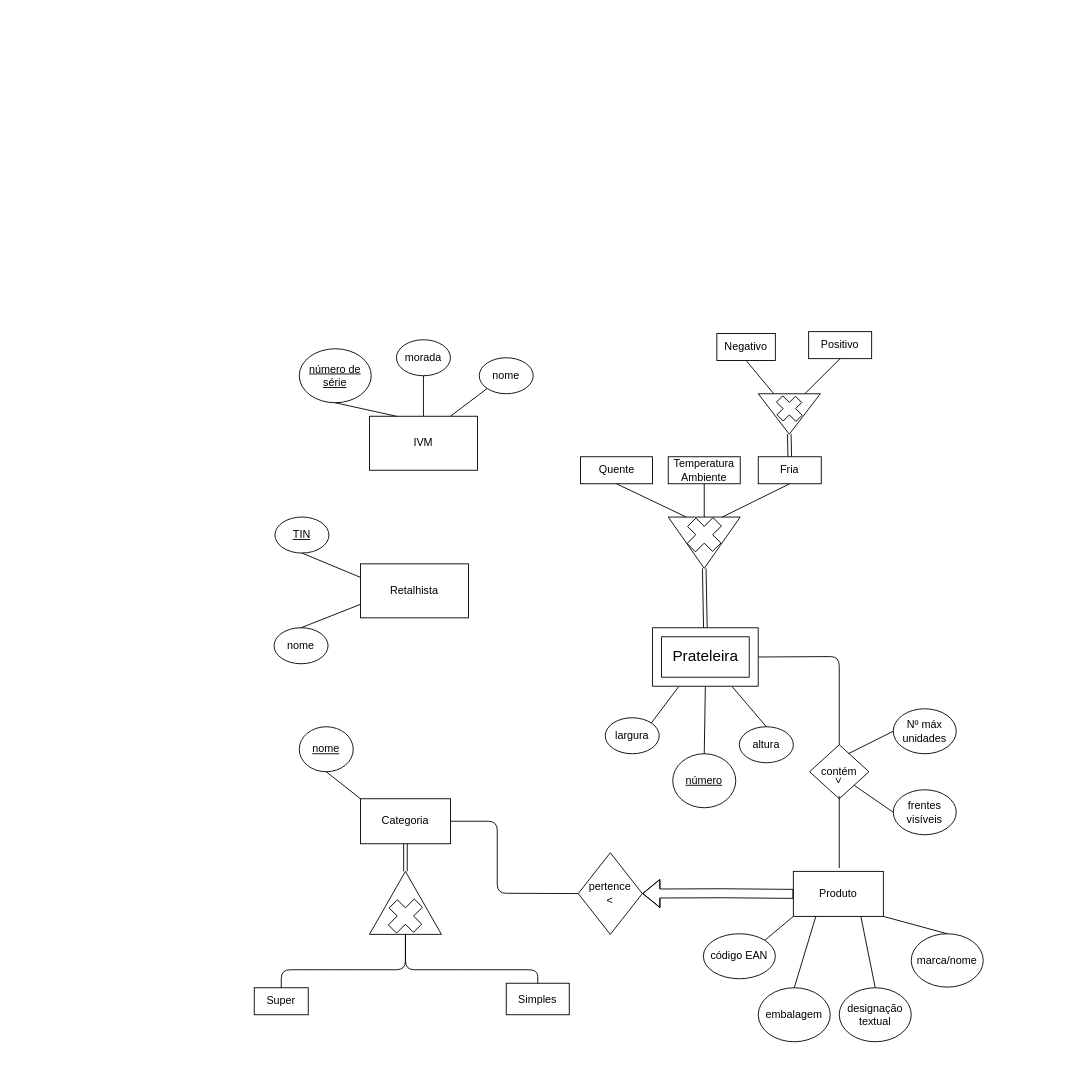
Earlier version of the draw.io diagram Parte1/Projeto1.drawio (CaGonJo/BD_Project). Source tidied: cells renumbered, new cells numbered last; positions are measured from the earlier drawing's top-left corner, leaving out a move shared by most shapes. Both pictures are drawn from the tidied source at 90%, with x=0, y=0 at pixel (254, 331).
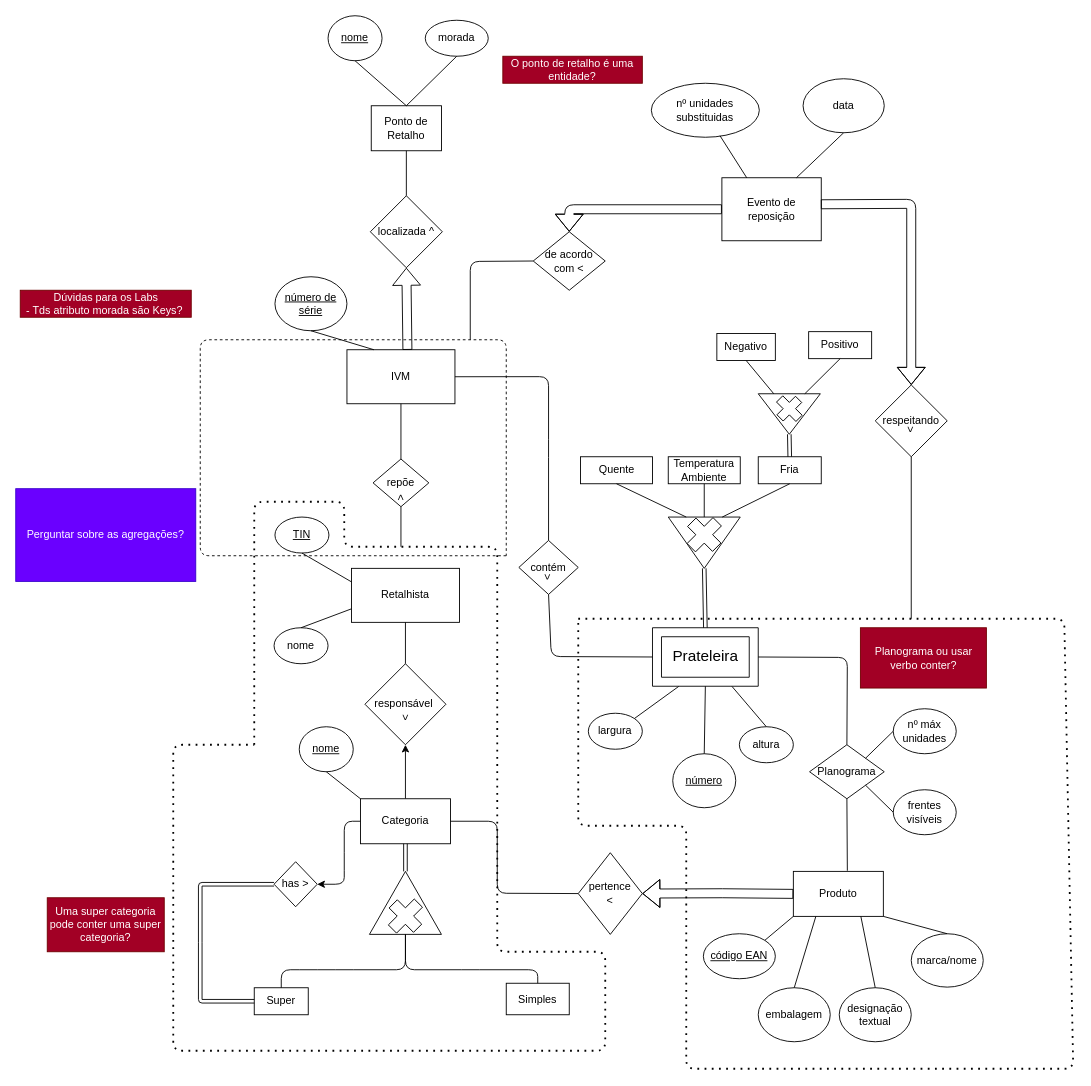
After the change.

The change refers to these unchanged cells:
```xml
<mxCell id="9" value="Categoria" style="rounded=0;whiteSpace=wrap;html=1;" parent="1" vertex="1">
  <mxGeometry x="118" y="519" width="100" height="50" as="geometry" />
</mxCell>
<mxCell id="13" value="Super" style="rounded=0;whiteSpace=wrap;html=1;" parent="1" vertex="1">
  <mxGeometry y="729" width="60" height="30" as="geometry" />
</mxCell>
<mxCell id="25" value="&lt;font style=&quot;font-size: 17px&quot;&gt;Prateleira&lt;/font&gt;" style="verticalLabelPosition=middle;verticalAlign=middle;html=1;shape=mxgraph.basic.frame;dx=10;fontFamily=Helvetica;labelPosition=center;align=center;" parent="1" vertex="1">
  <mxGeometry x="442.5" y="329" width="117.5" height="65" as="geometry" />
</mxCell>
```

The edit, as a diff of the source:
```diff
@@
     <mxCell id="2" value="IVM" style="rounded=0;whiteSpace=wrap;html=1;" parent="1" vertex="1">
-      <mxGeometry x="128" y="94" width="120" height="60" as="geometry" />
+      <mxGeometry x="103" y="20.1" width="120" height="60" as="geometry" />
     </mxCell>
     <mxCell id="3" value="&lt;u&gt;número de série&lt;/u&gt;" style="ellipse;whiteSpace=wrap;html=1;" parent="1" vertex="1">
-      <mxGeometry x="50" y="19" width="80" height="60" as="geometry" />
+      <mxGeometry x="23" y="-61" width="80" height="60" as="geometry" />
     </mxCell>
-    <mxCell id="4" value="nome" style="ellipse;whiteSpace=wrap;html=1;" parent="1" vertex="1">
-      <mxGeometry x="250" y="29" width="60" height="40" as="geometry" />
-    </mxCell>
-    <mxCell id="5" value="morada" style="ellipse;whiteSpace=wrap;html=1;" parent="1" vertex="1">
-      <mxGeometry x="158" y="9" width="60" height="40" as="geometry" />
-    </mxCell>
@@
-    <mxCell id="7" style="endArrow=none;html=1;entryX=0.5;entryY=1;entryDx=0;entryDy=0;exitX=0.5;exitY=0;exitDx=0;exitDy=0;" parent="1" edge="1" source="2" target="5">
-      <mxGeometry relative="1" as="geometry" />
-    </mxCell>
-    <mxCell id="8" style="endArrow=none;html=1;entryX=0;entryY=1;entryDx=0;entryDy=0;exitX=0.75;exitY=0;exitDx=0;exitDy=0;" parent="1" edge="1" source="2" target="4">
-      <mxGeometry relative="1" as="geometry" />
-    </mxCell>
+    <mxCell id="67" style="edgeStyle=none;html=1;exitX=0.5;exitY=0;exitDx=0;exitDy=0;entryX=0.5;entryY=1;entryDx=0;entryDy=0;" parent="1" edge="1" source="9" target="71">
+      <mxGeometry relative="1" as="geometry" />
+    </mxCell>
@@
+    <mxCell id="68" style="edgeStyle=none;html=1;exitX=0;exitY=0.5;exitDx=0;exitDy=0;entryX=1;entryY=0.5;entryDx=0;entryDy=0;" parent="1" edge="1" source="9" target="69">
+      <mxGeometry relative="1" as="geometry">
+        <Array as="points">
+          <mxPoint x="100" y="544" />
+          <mxPoint x="100" y="589" />
+          <mxPoint x="100" y="614" />
+        </Array>
+      </mxGeometry>
+    </mxCell>
@@
     <mxCell id="19" value="largura" style="ellipse;whiteSpace=wrap;html=1;" parent="1" vertex="1">
-      <mxGeometry x="390" y="429" width="60" height="40" as="geometry" />
+      <mxGeometry x="371.2" y="424" width="60" height="40" as="geometry" />
     </mxCell>
@@
-    <mxCell id="35" value="código EAN" style="ellipse;whiteSpace=wrap;html=1;" parent="1" vertex="1">
+    <mxCell id="35" value="&lt;u&gt;código EAN&lt;/u&gt;" style="ellipse;whiteSpace=wrap;html=1;" parent="1" vertex="1">
       <mxGeometry x="499" y="669" width="80" height="50" as="geometry" />
     </mxCell>
@@
-    <mxCell id="43" value="contém&lt;br&gt;" style="rhombus;whiteSpace=wrap;html=1;" parent="1" vertex="1">
-      <mxGeometry x="617" y="459" width="66" height="60" as="geometry" />
+    <mxCell id="43" value="Planograma" style="rhombus;whiteSpace=wrap;html=1;" parent="1" vertex="1">
+      <mxGeometry x="617" y="459" width="83" height="60" as="geometry" />
     </mxCell>
-    <mxCell id="44" value="&amp;lt;" style="text;html=1;strokeColor=none;fillColor=none;align=center;verticalAlign=middle;whiteSpace=wrap;rounded=0;rotation=-90;" parent="1" vertex="1">
-      <mxGeometry x="635" y="489" width="30" height="20" as="geometry" />
-    </mxCell>
     <mxCell id="45" value="Retalhista" style="rounded=0;whiteSpace=wrap;html=1;" parent="1" vertex="1">
-      <mxGeometry x="118" y="258" width="120" height="60" as="geometry" />
+      <mxGeometry x="108" y="263" width="120" height="60" as="geometry" />
     </mxCell>
@@
-    <mxCell id="50" style="endArrow=none;html=1;" parent="1" edge="1">
-      <mxGeometry relative="1" as="geometry">
-        <mxPoint x="650" y="596" as="sourcePoint" />
-        <mxPoint x="650" y="516" as="targetPoint" />
-        <Array as="points">
-          <mxPoint x="650" y="536" />
-        </Array>
-      </mxGeometry>
-    </mxCell>
@@
     <mxCell id="54" style="endArrow=none;html=1;entryX=1;entryY=0.5;entryDx=0;entryDy=0;entryPerimeter=0;exitX=0.5;exitY=0;exitDx=0;exitDy=0;" parent="1" edge="1" source="43" target="25">
       <mxGeometry relative="1" as="geometry">
         <Array as="points">
-          <mxPoint x="650" y="361" />
+          <mxPoint x="659" y="362" />
         </Array>
       </mxGeometry>
     </mxCell>
@@
-    <mxCell id="63" value="Nº máx&lt;br&gt;unidades" style="ellipse;whiteSpace=wrap;html=1;" parent="1" vertex="1">
+    <mxCell id="63" value="nº máx&lt;br&gt;unidades" style="ellipse;whiteSpace=wrap;html=1;" parent="1" vertex="1">
       <mxGeometry x="710" y="419" width="70" height="50" as="geometry" />
     </mxCell>
@@
-    <mxCell id="65" style="endArrow=none;html=1;entryX=0;entryY=0.5;entryDx=0;entryDy=0;" parent="1" edge="1" target="63">
-      <mxGeometry relative="1" as="geometry">
-        <mxPoint x="660" y="469" as="sourcePoint" />
-      </mxGeometry>
+    <mxCell id="65" style="endArrow=none;html=1;entryX=0;entryY=0.5;entryDx=0;entryDy=0;exitX=1;exitY=0;exitDx=0;exitDy=0;" parent="1" edge="1" source="43" target="63">
+      <mxGeometry relative="1" as="geometry" />
     </mxCell>
@@
+    <mxCell id="69" value="has &amp;gt;" style="rhombus;whiteSpace=wrap;html=1;" parent="1" vertex="1">
+      <mxGeometry x="22" y="589" width="48" height="50" as="geometry" />
+    </mxCell>
+    <mxCell id="70" style="shape=link;html=1;exitX=0;exitY=0.5;exitDx=0;exitDy=0;entryX=0;entryY=0.5;entryDx=0;entryDy=0;" parent="1" edge="1" source="13" target="69">
+      <mxGeometry relative="1" as="geometry">
+        <Array as="points">
+          <mxPoint x="-60" y="744" />
+          <mxPoint x="-60" y="679" />
+          <mxPoint x="-60" y="614" />
+        </Array>
+      </mxGeometry>
+    </mxCell>
+    <mxCell id="71" value="responsável&amp;nbsp;" style="rhombus;whiteSpace=wrap;html=1;" parent="1" vertex="1">
+      <mxGeometry x="123" y="369" width="90" height="90" as="geometry" />
+    </mxCell>
+    <mxCell id="72" style="endArrow=none;html=1;exitX=0.5;exitY=0;exitDx=0;exitDy=0;entryX=0.5;entryY=1;entryDx=0;entryDy=0;" parent="1" edge="1" source="71" target="45">
+      <mxGeometry relative="1" as="geometry" />
+    </mxCell>
+    <mxCell id="73" value="repõe" style="rhombus;whiteSpace=wrap;html=1;" parent="1" vertex="1">
+      <mxGeometry x="132" y="141.5" width="62" height="53" as="geometry" />
+    </mxCell>
+    <mxCell id="74" style="endArrow=none;html=1;exitX=0.5;exitY=0;exitDx=0;exitDy=0;entryX=0.5;entryY=1;entryDx=0;entryDy=0;" parent="1" edge="1" source="73" target="2">
+      <mxGeometry relative="1" as="geometry" />
+    </mxCell>
+    <mxCell id="75" style="endArrow=none;html=1;entryX=0.5;entryY=1;entryDx=0;entryDy=0;" parent="1" edge="1" target="73">
+      <mxGeometry relative="1" as="geometry">
+        <mxPoint x="163" y="239" as="sourcePoint" />
+      </mxGeometry>
+    </mxCell>
+    <mxCell id="76" value="contém&lt;br&gt;" style="rhombus;whiteSpace=wrap;html=1;" parent="1" vertex="1">
+      <mxGeometry x="294" y="232" width="66" height="60" as="geometry" />
+    </mxCell>
+    <mxCell id="77" style="endArrow=none;html=1;exitX=1;exitY=0.5;exitDx=0;exitDy=0;entryX=0.5;entryY=0;entryDx=0;entryDy=0;" parent="1" edge="1" source="2" target="76">
+      <mxGeometry relative="1" as="geometry">
+        <Array as="points">
+          <mxPoint x="327" y="50" />
+          <mxPoint x="327" y="130" />
+        </Array>
+      </mxGeometry>
+    </mxCell>
+    <mxCell id="78" style="endArrow=none;html=1;exitX=0.5;exitY=1;exitDx=0;exitDy=0;entryX=0;entryY=0.5;entryDx=0;entryDy=0;entryPerimeter=0;" parent="1" edge="1" source="76" target="25">
+      <mxGeometry relative="1" as="geometry">
+        <Array as="points">
+          <mxPoint x="330" y="361" />
+        </Array>
+      </mxGeometry>
+    </mxCell>
+    <mxCell id="79" value="&amp;lt;" style="text;html=1;strokeColor=none;fillColor=none;align=center;verticalAlign=middle;whiteSpace=wrap;rounded=0;rotation=-90;" parent="1" vertex="1">
+      <mxGeometry x="311" y="263" width="30" height="20" as="geometry" />
+    </mxCell>
+    <mxCell id="80" value="&amp;lt;" style="text;html=1;strokeColor=none;fillColor=none;align=center;verticalAlign=middle;whiteSpace=wrap;rounded=0;rotation=90;" parent="1" vertex="1">
+      <mxGeometry x="148.8" y="174.5" width="30" height="20" as="geometry" />
+    </mxCell>
+    <mxCell id="81" value="&amp;lt;" style="text;html=1;strokeColor=none;fillColor=none;align=center;verticalAlign=middle;whiteSpace=wrap;rounded=0;rotation=-90;" parent="1" vertex="1">
+      <mxGeometry x="153" y="419" width="30" height="20" as="geometry" />
+    </mxCell>
+    <mxCell id="82" style="endArrow=none;dashed=1;html=1;dashPattern=1 3;strokeWidth=2;" parent="1" edge="1">
+      <mxGeometry relative="1" as="geometry">
+        <mxPoint y="459" as="sourcePoint" />
+        <mxPoint y="459" as="targetPoint" />
+        <Array as="points">
+          <mxPoint y="189" />
+          <mxPoint x="60" y="189" />
+          <mxPoint x="100" y="189" />
+          <mxPoint x="100" y="239" />
+          <mxPoint x="270" y="239" />
+          <mxPoint x="270" y="689" />
+          <mxPoint x="390" y="689" />
+          <mxPoint x="390" y="799" />
+          <mxPoint x="-90" y="799" />
+          <mxPoint x="-90" y="459" />
+        </Array>
+      </mxGeometry>
+    </mxCell>
+    <mxCell id="83" value="Dúvidas para os Labs&lt;br&gt;- Tds atributo morada são Keys?&amp;nbsp;" style="text;html=1;align=center;verticalAlign=middle;strokeColor=#6F0000;fillColor=#a20025;fontColor=#ffffff;" parent="1" vertex="1">
+      <mxGeometry x="-260" y="-46" width="190" height="30" as="geometry" />
+    </mxCell>
+    <mxCell id="84" value="Ponto de Retalho" style="rounded=0;whiteSpace=wrap;html=1;" parent="1" vertex="1">
+      <mxGeometry x="130" y="-251" width="78" height="50" as="geometry" />
+    </mxCell>
+    <mxCell id="4" value="&lt;u&gt;nome&lt;/u&gt;" style="ellipse;whiteSpace=wrap;html=1;" parent="1" vertex="1">
+      <mxGeometry x="82" y="-351" width="60" height="50" as="geometry" />
+    </mxCell>
+    <mxCell id="5" value="morada" style="ellipse;whiteSpace=wrap;html=1;" parent="1" vertex="1">
+      <mxGeometry x="190" y="-346" width="70" height="40" as="geometry" />
+    </mxCell>
+    <mxCell id="85" style="endArrow=none;html=1;exitX=0.5;exitY=0;exitDx=0;exitDy=0;entryX=0.5;entryY=1;entryDx=0;entryDy=0;" parent="1" edge="1" source="84" target="5">
+      <mxGeometry relative="1" as="geometry" />
+    </mxCell>
+    <mxCell id="86" style="endArrow=none;html=1;exitX=0.5;exitY=0;exitDx=0;exitDy=0;entryX=0.5;entryY=1;entryDx=0;entryDy=0;" parent="1" edge="1" source="84" target="4">
+      <mxGeometry relative="1" as="geometry" />
+    </mxCell>
+    <mxCell id="87" value="localizada ^" style="rhombus;whiteSpace=wrap;html=1;" parent="1" vertex="1">
+      <mxGeometry x="129" y="-151" width="80" height="80" as="geometry" />
+    </mxCell>
+    <mxCell id="88" style="endArrow=none;html=1;exitX=0.5;exitY=0;exitDx=0;exitDy=0;entryX=0.5;entryY=1;entryDx=0;entryDy=0;" parent="1" edge="1" source="87" target="84">
+      <mxGeometry relative="1" as="geometry" />
+    </mxCell>
+    <mxCell id="89" style="shape=flexArrow;endArrow=classic;html=1;entryX=0.5;entryY=1;entryDx=0;entryDy=0;exitX=0.56;exitY=0.003;exitDx=0;exitDy=0;exitPerimeter=0;" parent="1" edge="1" source="2" target="87">
+      <mxGeometry relative="1" as="geometry" />
+    </mxCell>
+    <mxCell id="90" value="Uma super categoria pode conter uma super categoria?" style="text;html=1;strokeColor=#6F0000;fillColor=#a20025;align=center;verticalAlign=middle;whiteSpace=wrap;rounded=0;fontColor=#ffffff;" parent="1" vertex="1">
+      <mxGeometry x="-230" y="629" width="130" height="60" as="geometry" />
+    </mxCell>
+    <mxCell id="91" value="Perguntar sobre as agregações?" style="text;html=1;strokeColor=#3700CC;fillColor=#6a00ff;align=center;verticalAlign=middle;whiteSpace=wrap;rounded=0;fontColor=#ffffff;" parent="1" vertex="1">
+      <mxGeometry x="-265" y="174.5" width="200" height="103" as="geometry" />
+    </mxCell>
+    <mxCell id="92" value="O ponto de retalho é uma entidade?" style="text;html=1;strokeColor=#6F0000;fillColor=#a20025;align=center;verticalAlign=middle;whiteSpace=wrap;rounded=0;fontColor=#ffffff;" parent="1" vertex="1">
+      <mxGeometry x="276.2" y="-306" width="155" height="30" as="geometry" />
+    </mxCell>
+    <mxCell id="93" value="Planograma ou usar verbo conter?" style="text;html=1;strokeColor=#6F0000;fillColor=#a20025;align=center;verticalAlign=middle;whiteSpace=wrap;rounded=0;fontColor=#ffffff;" parent="1" vertex="1">
+      <mxGeometry x="673.5" y="329" width="140" height="67" as="geometry" />
+    </mxCell>
+    <mxCell id="94" style="endArrow=none;dashed=1;html=1;dashPattern=1 3;strokeWidth=2;" parent="1" edge="1">
+      <mxGeometry relative="1" as="geometry">
+        <mxPoint x="360" y="319" as="sourcePoint" />
+        <mxPoint x="360" y="319" as="targetPoint" />
+        <Array as="points">
+          <mxPoint x="900" y="319" />
+          <mxPoint x="910" y="819" />
+          <mxPoint x="480" y="819" />
+          <mxPoint x="480" y="549" />
+          <mxPoint x="360" y="549" />
+        </Array>
+      </mxGeometry>
+    </mxCell>
+    <mxCell id="95" style="endArrow=none;html=1;entryX=0.5;entryY=1;entryDx=0;entryDy=0;" parent="1" edge="1" target="43">
+      <mxGeometry relative="1" as="geometry">
+        <mxPoint x="659" y="599" as="sourcePoint" />
+      </mxGeometry>
+    </mxCell>
+    <mxCell id="96" style="endArrow=none;dashed=1;html=1;" parent="1" edge="1">
+      <mxGeometry relative="1" as="geometry">
+        <mxPoint x="280" y="249" as="sourcePoint" />
+        <mxPoint x="280" y="249" as="targetPoint" />
+        <Array as="points">
+          <mxPoint x="-60" y="249" />
+          <mxPoint x="-60" y="9" />
+          <mxPoint x="160" y="9" />
+          <mxPoint x="280" y="9" />
+        </Array>
+      </mxGeometry>
+    </mxCell>
+    <mxCell id="97" value="Evento de reposição" style="rounded=0;whiteSpace=wrap;html=1;" parent="1" vertex="1">
+      <mxGeometry x="519.6" y="-171" width="110.4" height="70" as="geometry" />
+    </mxCell>
+    <mxCell id="98" value="respeitando" style="rhombus;whiteSpace=wrap;html=1;" parent="1" vertex="1">
+      <mxGeometry x="690" y="59.2" width="80" height="79.8" as="geometry" />
+    </mxCell>
+    <mxCell id="99" style="endArrow=none;html=1;entryX=0.5;entryY=1;entryDx=0;entryDy=0;" parent="1" edge="1" target="98">
+      <mxGeometry relative="1" as="geometry">
+        <mxPoint x="730" y="319" as="sourcePoint" />
+      </mxGeometry>
+    </mxCell>
+    <mxCell id="100" value="de acordo com &amp;lt;" style="rhombus;whiteSpace=wrap;html=1;" parent="1" vertex="1">
+      <mxGeometry x="310" y="-111" width="80" height="65" as="geometry" />
+    </mxCell>
+    <mxCell id="101" style="endArrow=none;html=1;entryX=0;entryY=0.5;entryDx=0;entryDy=0;" parent="1" edge="1" target="100">
+      <mxGeometry relative="1" as="geometry">
+        <mxPoint x="240" y="9" as="sourcePoint" />
+        <Array as="points">
+          <mxPoint x="240" y="-78" />
+        </Array>
+      </mxGeometry>
+    </mxCell>
+    <mxCell id="102" value="nº unidades substituidas" style="ellipse;whiteSpace=wrap;html=1;" parent="1" vertex="1">
+      <mxGeometry x="441.2" y="-276" width="120" height="60" as="geometry" />
+    </mxCell>
+    <mxCell id="103" value="data" style="ellipse;whiteSpace=wrap;html=1;" parent="1" vertex="1">
+      <mxGeometry x="609.8" y="-281" width="90.2" height="60" as="geometry" />
+    </mxCell>
+    <mxCell id="104" style="endArrow=none;html=1;entryX=0.636;entryY=0.973;entryDx=0;entryDy=0;entryPerimeter=0;exitX=0.25;exitY=0;exitDx=0;exitDy=0;" parent="1" edge="1" source="97" target="102">
+      <mxGeometry relative="1" as="geometry" />
+    </mxCell>
+    <mxCell id="105" style="endArrow=none;html=1;entryX=0.5;entryY=1;entryDx=0;entryDy=0;exitX=0.75;exitY=0;exitDx=0;exitDy=0;" parent="1" edge="1" source="97" target="103">
+      <mxGeometry relative="1" as="geometry" />
+    </mxCell>
+    <mxCell id="106" value="&amp;lt;" style="text;html=1;strokeColor=none;fillColor=none;align=center;verticalAlign=middle;whiteSpace=wrap;rounded=0;rotation=-90;" parent="1" vertex="1">
+      <mxGeometry x="715" y="99" width="30" height="20" as="geometry" />
+    </mxCell>
+    <mxCell id="107" style="shape=flexArrow;endArrow=classic;html=1;exitX=0.996;exitY=0.421;exitDx=0;exitDy=0;exitPerimeter=0;entryX=0.5;entryY=0;entryDx=0;entryDy=0;" parent="1" edge="1" source="97" target="98">
+      <mxGeometry relative="1" as="geometry">
+        <Array as="points">
+          <mxPoint x="730" y="-142" />
+        </Array>
+      </mxGeometry>
+    </mxCell>
+    <mxCell id="108" style="shape=flexArrow;endArrow=classic;html=1;exitX=0;exitY=0.5;exitDx=0;exitDy=0;entryX=0.5;entryY=0;entryDx=0;entryDy=0;" parent="1" edge="1" source="97" target="100">
+      <mxGeometry relative="1" as="geometry">
+        <Array as="points">
+          <mxPoint x="350" y="-136" />
+        </Array>
+      </mxGeometry>
+    </mxCell>
```
